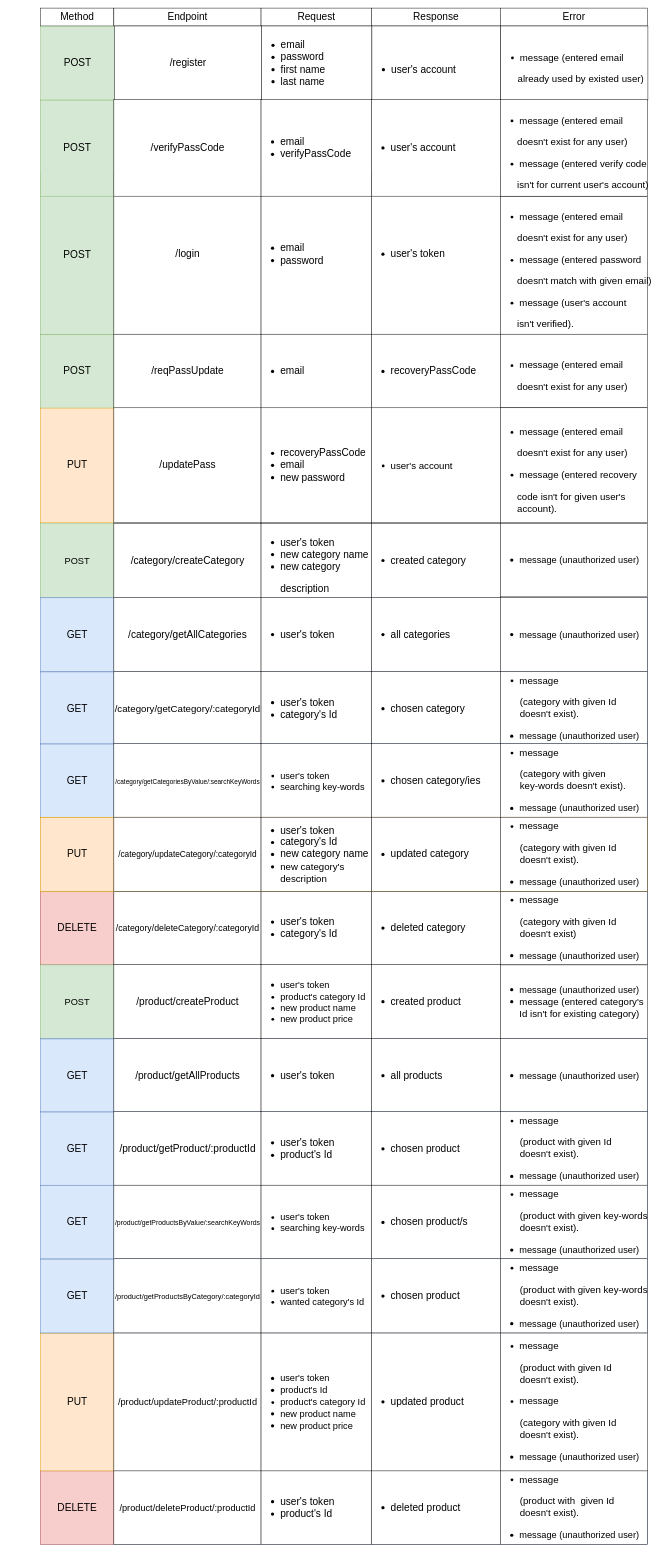
Earlier version of the draw.io diagram Documentation/requests_doc.drawio (CoffeePower100/The_Final_Project). Source tidied: cells renumbered, new cells numbered last; positions are measured from the earlier drawing's top-left corner, leaving out a move shared by most shapes. Both pictures are drawn from the tidied source at 46%, with x=0, y=0 at pixel (8, 8).
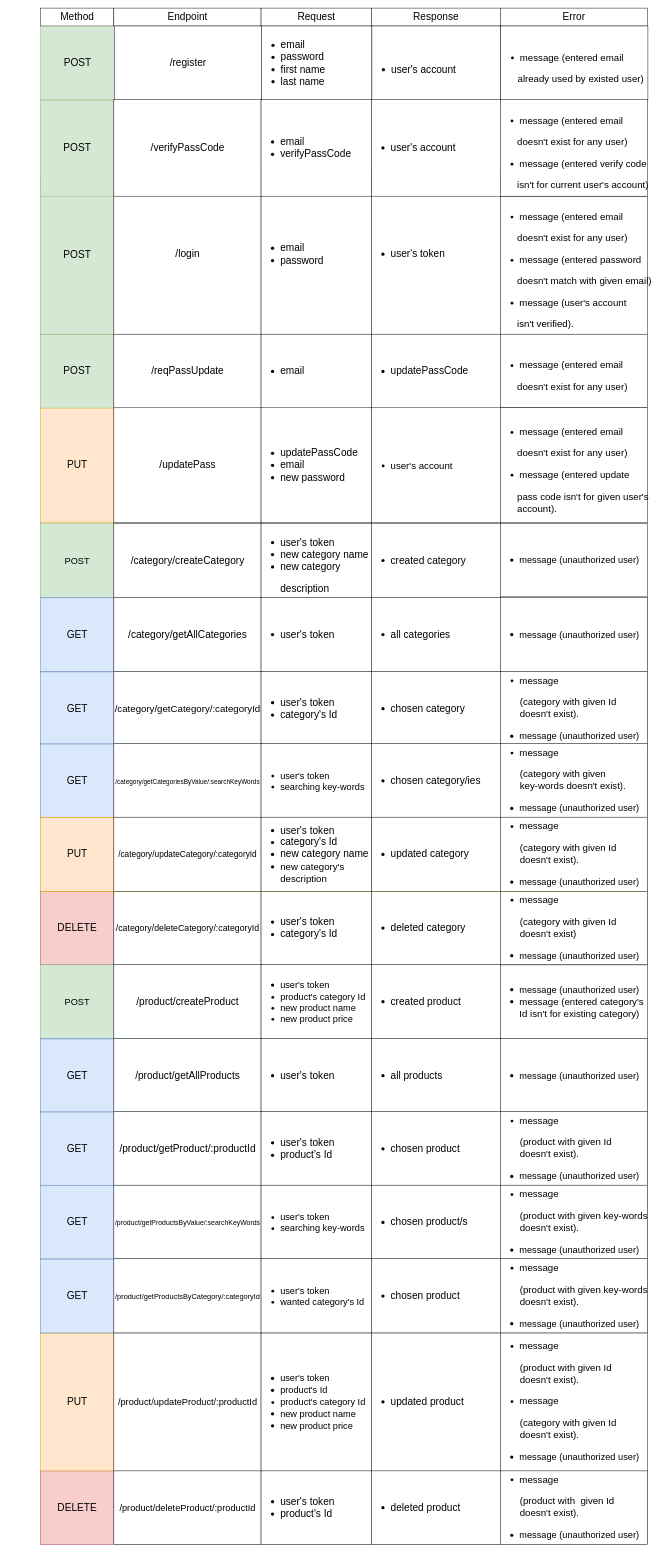
The same page after the edit.

Commit message:
Changed Recovery to Update pass code

The change refers to these unchanged cells:
```xml
<mxCell id="55" style="group;fontSize=22;" parent="1" vertex="1">
  <mxGeometry x="70" y="709" width="1320" height="161.1" as="geometry" />
</mxCell>
<mxCell id="61" style="group;fontSize=22;" parent="1" vertex="1">
  <mxGeometry x="70" y="869" width="1320" height="250" as="geometry" />
</mxCell>
```

What changed in the source:
```diff
@@
-    <mxCell id="59" value="&lt;div style=&quot;font-size: 22px;&quot;&gt;&lt;div style=&quot;font-size: 22px;&quot;&gt;&lt;div&gt;&lt;ul&gt;&lt;li&gt;recoveryPassCode&lt;/li&gt;&lt;/ul&gt;&lt;/div&gt;&lt;/div&gt;&lt;/div&gt;" style="strokeWidth=1;fontStyle=0;html=1;align=left;fontSize=22;" parent="55" vertex="1">
+    <mxCell id="59" value="&lt;div style=&quot;font-size: 22px;&quot;&gt;&lt;div style=&quot;font-size: 22px;&quot;&gt;&lt;div&gt;&lt;ul&gt;&lt;li&gt;updatePassCode&lt;/li&gt;&lt;/ul&gt;&lt;/div&gt;&lt;/div&gt;&lt;/div&gt;" style="strokeWidth=1;fontStyle=0;html=1;align=left;fontSize=22;" parent="55" vertex="1">
       <mxGeometry x="720" width="280" height="161.1" as="geometry" />
     </mxCell>
@@
-    <mxCell id="64" value="&lt;div style=&quot;&quot;&gt;&lt;ul style=&quot;&quot;&gt;&lt;li style=&quot;&quot;&gt;recoveryPassCode&lt;/li&gt;&lt;li style=&quot;&quot;&gt;email&amp;nbsp;&lt;/li&gt;&lt;li style=&quot;&quot;&gt;new password&lt;br style=&quot;font-size: 22px;&quot;&gt;&lt;/li&gt;&lt;/ul&gt;&lt;/div&gt;" style="strokeWidth=1;fontStyle=0;html=1;align=left;fontSize=22;" parent="61" vertex="1">
+    <mxCell id="64" value="&lt;div style=&quot;&quot;&gt;&lt;ul style=&quot;&quot;&gt;&lt;li style=&quot;&quot;&gt;updatePassCode&lt;/li&gt;&lt;li style=&quot;&quot;&gt;email&amp;nbsp;&lt;/li&gt;&lt;li style=&quot;&quot;&gt;new password&lt;br style=&quot;font-size: 22px;&quot;&gt;&lt;/li&gt;&lt;/ul&gt;&lt;/div&gt;" style="strokeWidth=1;fontStyle=0;html=1;align=left;fontSize=22;" parent="61" vertex="1">
       <mxGeometry x="480" width="240" height="250" as="geometry" />
     </mxCell>
@@
-    <mxCell id="66" value="&lt;div style=&quot;&quot;&gt;&lt;div style=&quot;font-size: 22px;&quot;&gt;&lt;div&gt;&lt;ul style=&quot;font-size: 21px;&quot;&gt;&lt;li&gt;message (entered email&lt;/li&gt;&lt;/ul&gt;&lt;span style=&quot;background-color: initial; font-size: 21px;&quot;&gt;&amp;nbsp; &amp;nbsp; &amp;nbsp; doesn't exist for any user)&lt;/span&gt;&lt;/div&gt;&lt;div&gt;&lt;div&gt;&lt;ul style=&quot;font-size: 21px;&quot;&gt;&lt;li&gt;message (entered recovery&lt;/li&gt;&lt;/ul&gt;&lt;span style=&quot;background-color: initial; font-size: 21px;&quot;&gt;&amp;nbsp; &amp;nbsp; &amp;nbsp; code isn't for given user's&lt;/span&gt;&lt;/div&gt;&lt;div&gt;&lt;span style=&quot;background-color: initial; font-size: 21px;&quot;&gt;&amp;nbsp; &amp;nbsp; &amp;nbsp; account).&lt;/span&gt;&lt;/div&gt;&lt;/div&gt;&lt;/div&gt;&lt;/div&gt;" style="strokeWidth=1;fontStyle=0;html=1;align=left;fontSize=22;" parent="61" vertex="1">
+    <mxCell id="66" value="&lt;div style=&quot;&quot;&gt;&lt;div style=&quot;font-size: 22px;&quot;&gt;&lt;div&gt;&lt;ul style=&quot;font-size: 21px;&quot;&gt;&lt;li&gt;message (entered email&lt;/li&gt;&lt;/ul&gt;&lt;span style=&quot;background-color: initial; font-size: 21px;&quot;&gt;&amp;nbsp; &amp;nbsp; &amp;nbsp; doesn't exist for any user)&lt;/span&gt;&lt;/div&gt;&lt;div&gt;&lt;div&gt;&lt;ul style=&quot;font-size: 21px;&quot;&gt;&lt;li&gt;message (entered update&lt;br&gt;&lt;/li&gt;&lt;/ul&gt;&lt;span style=&quot;background-color: initial; font-size: 21px;&quot;&gt;&amp;nbsp; &amp;nbsp; &amp;nbsp; pass code isn't for given user's&lt;/span&gt;&lt;/div&gt;&lt;div&gt;&lt;span style=&quot;background-color: initial; font-size: 21px;&quot;&gt;&amp;nbsp; &amp;nbsp; &amp;nbsp; account).&lt;/span&gt;&lt;/div&gt;&lt;/div&gt;&lt;/div&gt;&lt;/div&gt;" style="strokeWidth=1;fontStyle=0;html=1;align=left;fontSize=22;" parent="61" vertex="1">
       <mxGeometry x="1000" width="320" height="250" as="geometry" />
     </mxCell>
```
